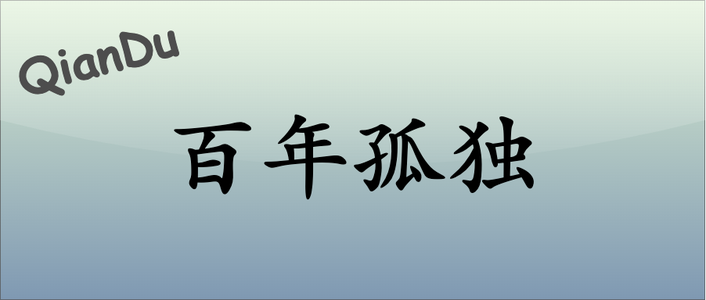
The draw.io diagram articles/perception/intellection/assets/浅读《百年孤独》.drawio.png in ThreeFish-AI/threefish-ai.github.io, before a commit. Source tidied: cells renumbered, new cells last; positions are measured from the earlier drawing's top-left corner, leaving out a move shared by most shapes. The source it was exported from:
```xml
<mxGraphModel>
  <root>
    <mxCell id="0" />
    <mxCell id="1" parent="0" />
    <mxCell id="2" style="rounded=0;whiteSpace=wrap;html=1;spacingLeft=470;opacity=50;textOpacity=50;gradientColor=#003366;fillColor=#B9E0A5;glass=1;shadow=0;" parent="1" vertex="1">
      <mxGeometry width="900" height="383" as="geometry" />
    </mxCell>
    <mxCell id="3" value="&lt;font size=&quot;1&quot; style=&quot;&quot;&gt;&lt;b style=&quot;font-size: 120px;&quot;&gt;百年孤独&lt;/b&gt;&lt;/font&gt;" style="text;html=1;align=center;verticalAlign=middle;strokeColor=none;fillColor=none;fontColor=#000000;fontFamily=Kaiti SC;" parent="1" vertex="1">
      <mxGeometry x="200" y="112" width="500" height="160" as="geometry" />
    </mxCell>
    <mxCell id="4" value="QianDu" style="text;align=center;verticalAlign=top;strokeColor=none;fillColor=none;fontColor=#4D4D4D;fontFamily=Comic Sans MS;rotation=-15;opacity=50;rounded=0;labelBackgroundColor=none;labelBorderColor=none;gradientColor=#B3B3B3;textShadow=0;fontSize=60;fontStyle=1;" parent="1" vertex="1">
      <mxGeometry x="10" y="30" width="230" height="90" as="geometry" />
    </mxCell>
  </root>
</mxGraphModel>
```
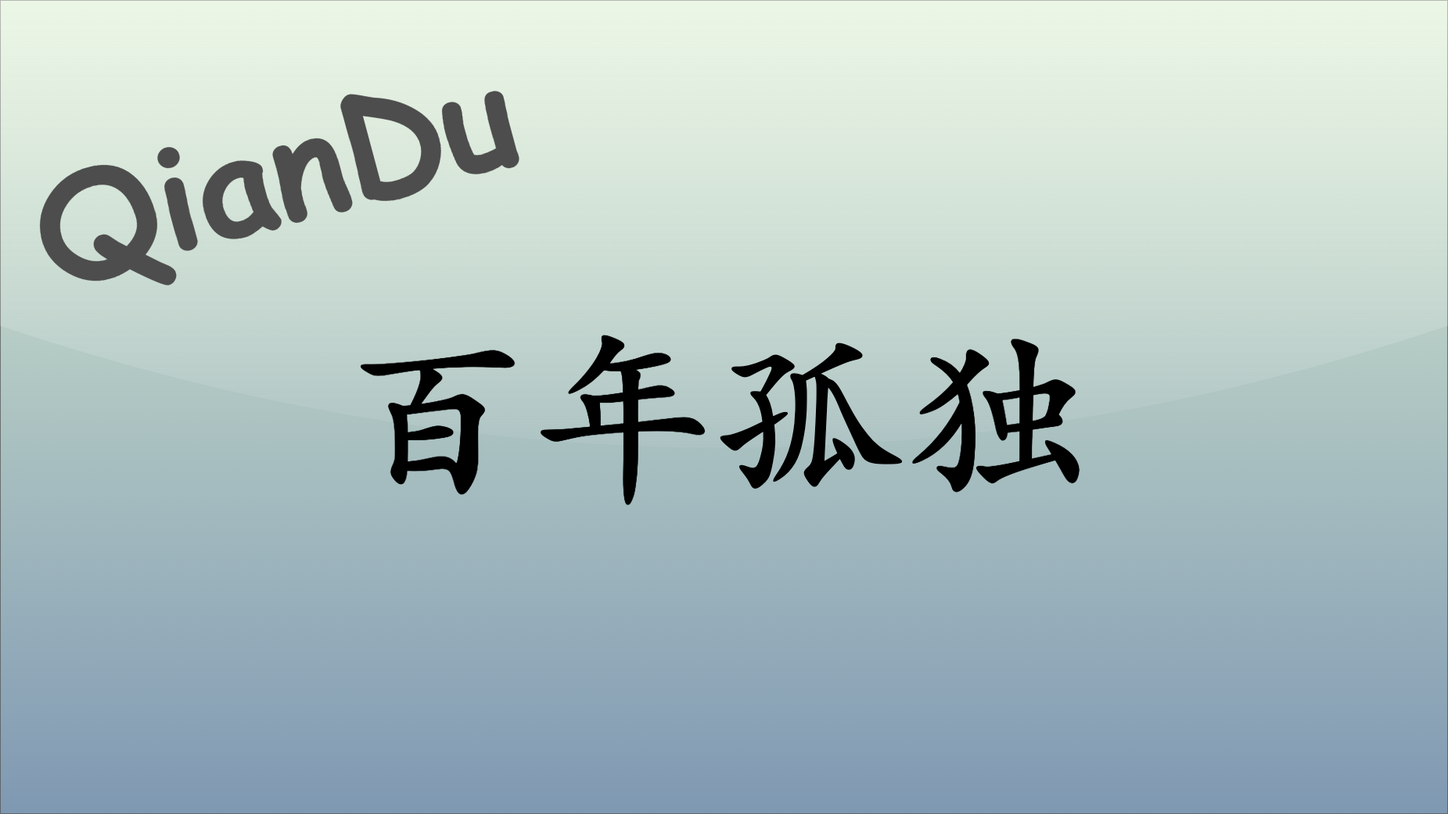
After the commit.

What changed in the source:
```diff
@@ -3,13 +3,13 @@
     <mxCell id="0" />
     <mxCell id="1" parent="0" />
     <mxCell id="2" style="rounded=0;whiteSpace=wrap;html=1;spacingLeft=470;opacity=50;textOpacity=50;gradientColor=#003366;fillColor=#B9E0A5;glass=1;shadow=0;" parent="1" vertex="1">
-      <mxGeometry width="900" height="383" as="geometry" />
+      <mxGeometry width="1850" height="1040" as="geometry" />
     </mxCell>
-    <mxCell id="3" value="&lt;font size=&quot;1&quot; style=&quot;&quot;&gt;&lt;b style=&quot;font-size: 120px;&quot;&gt;百年孤独&lt;/b&gt;&lt;/font&gt;" style="text;html=1;align=center;verticalAlign=middle;strokeColor=none;fillColor=none;fontColor=#000000;fontFamily=Kaiti SC;" parent="1" vertex="1">
-      <mxGeometry x="200" y="112" width="500" height="160" as="geometry" />
+    <mxCell id="3" value="&lt;font color=&quot;#000000&quot; size=&quot;1&quot; style=&quot;&quot;&gt;&lt;b style=&quot;font-size: 240px;&quot;&gt;百年孤独&lt;/b&gt;&lt;/font&gt;" style="text;html=1;align=left;verticalAlign=middle;strokeColor=none;fillColor=none;fontColor=default;fontFamily=Kaiti SC;" parent="1" vertex="1">
+      <mxGeometry x="435" y="370" width="980" height="300" as="geometry" />
     </mxCell>
-    <mxCell id="4" value="QianDu" style="text;align=center;verticalAlign=top;strokeColor=none;fillColor=none;fontColor=#4D4D4D;fontFamily=Comic Sans MS;rotation=-15;opacity=50;rounded=0;labelBackgroundColor=none;labelBorderColor=none;gradientColor=#B3B3B3;textShadow=0;fontSize=60;fontStyle=1;" parent="1" vertex="1">
-      <mxGeometry x="10" y="30" width="230" height="90" as="geometry" />
+    <mxCell id="4" value="QianDu" style="text;align=center;verticalAlign=top;strokeColor=none;fillColor=none;fontColor=#4D4D4D;fontFamily=Comic Sans MS;rotation=-15;rounded=0;labelBackgroundColor=none;labelBorderColor=none;gradientColor=#B3B3B3;textShadow=0;fontSize=180;fontStyle=1;" parent="1" vertex="1">
+      <mxGeometry x="30" y="100" width="640" height="230" as="geometry" />
     </mxCell>
   </root>
 </mxGraphModel>
```
